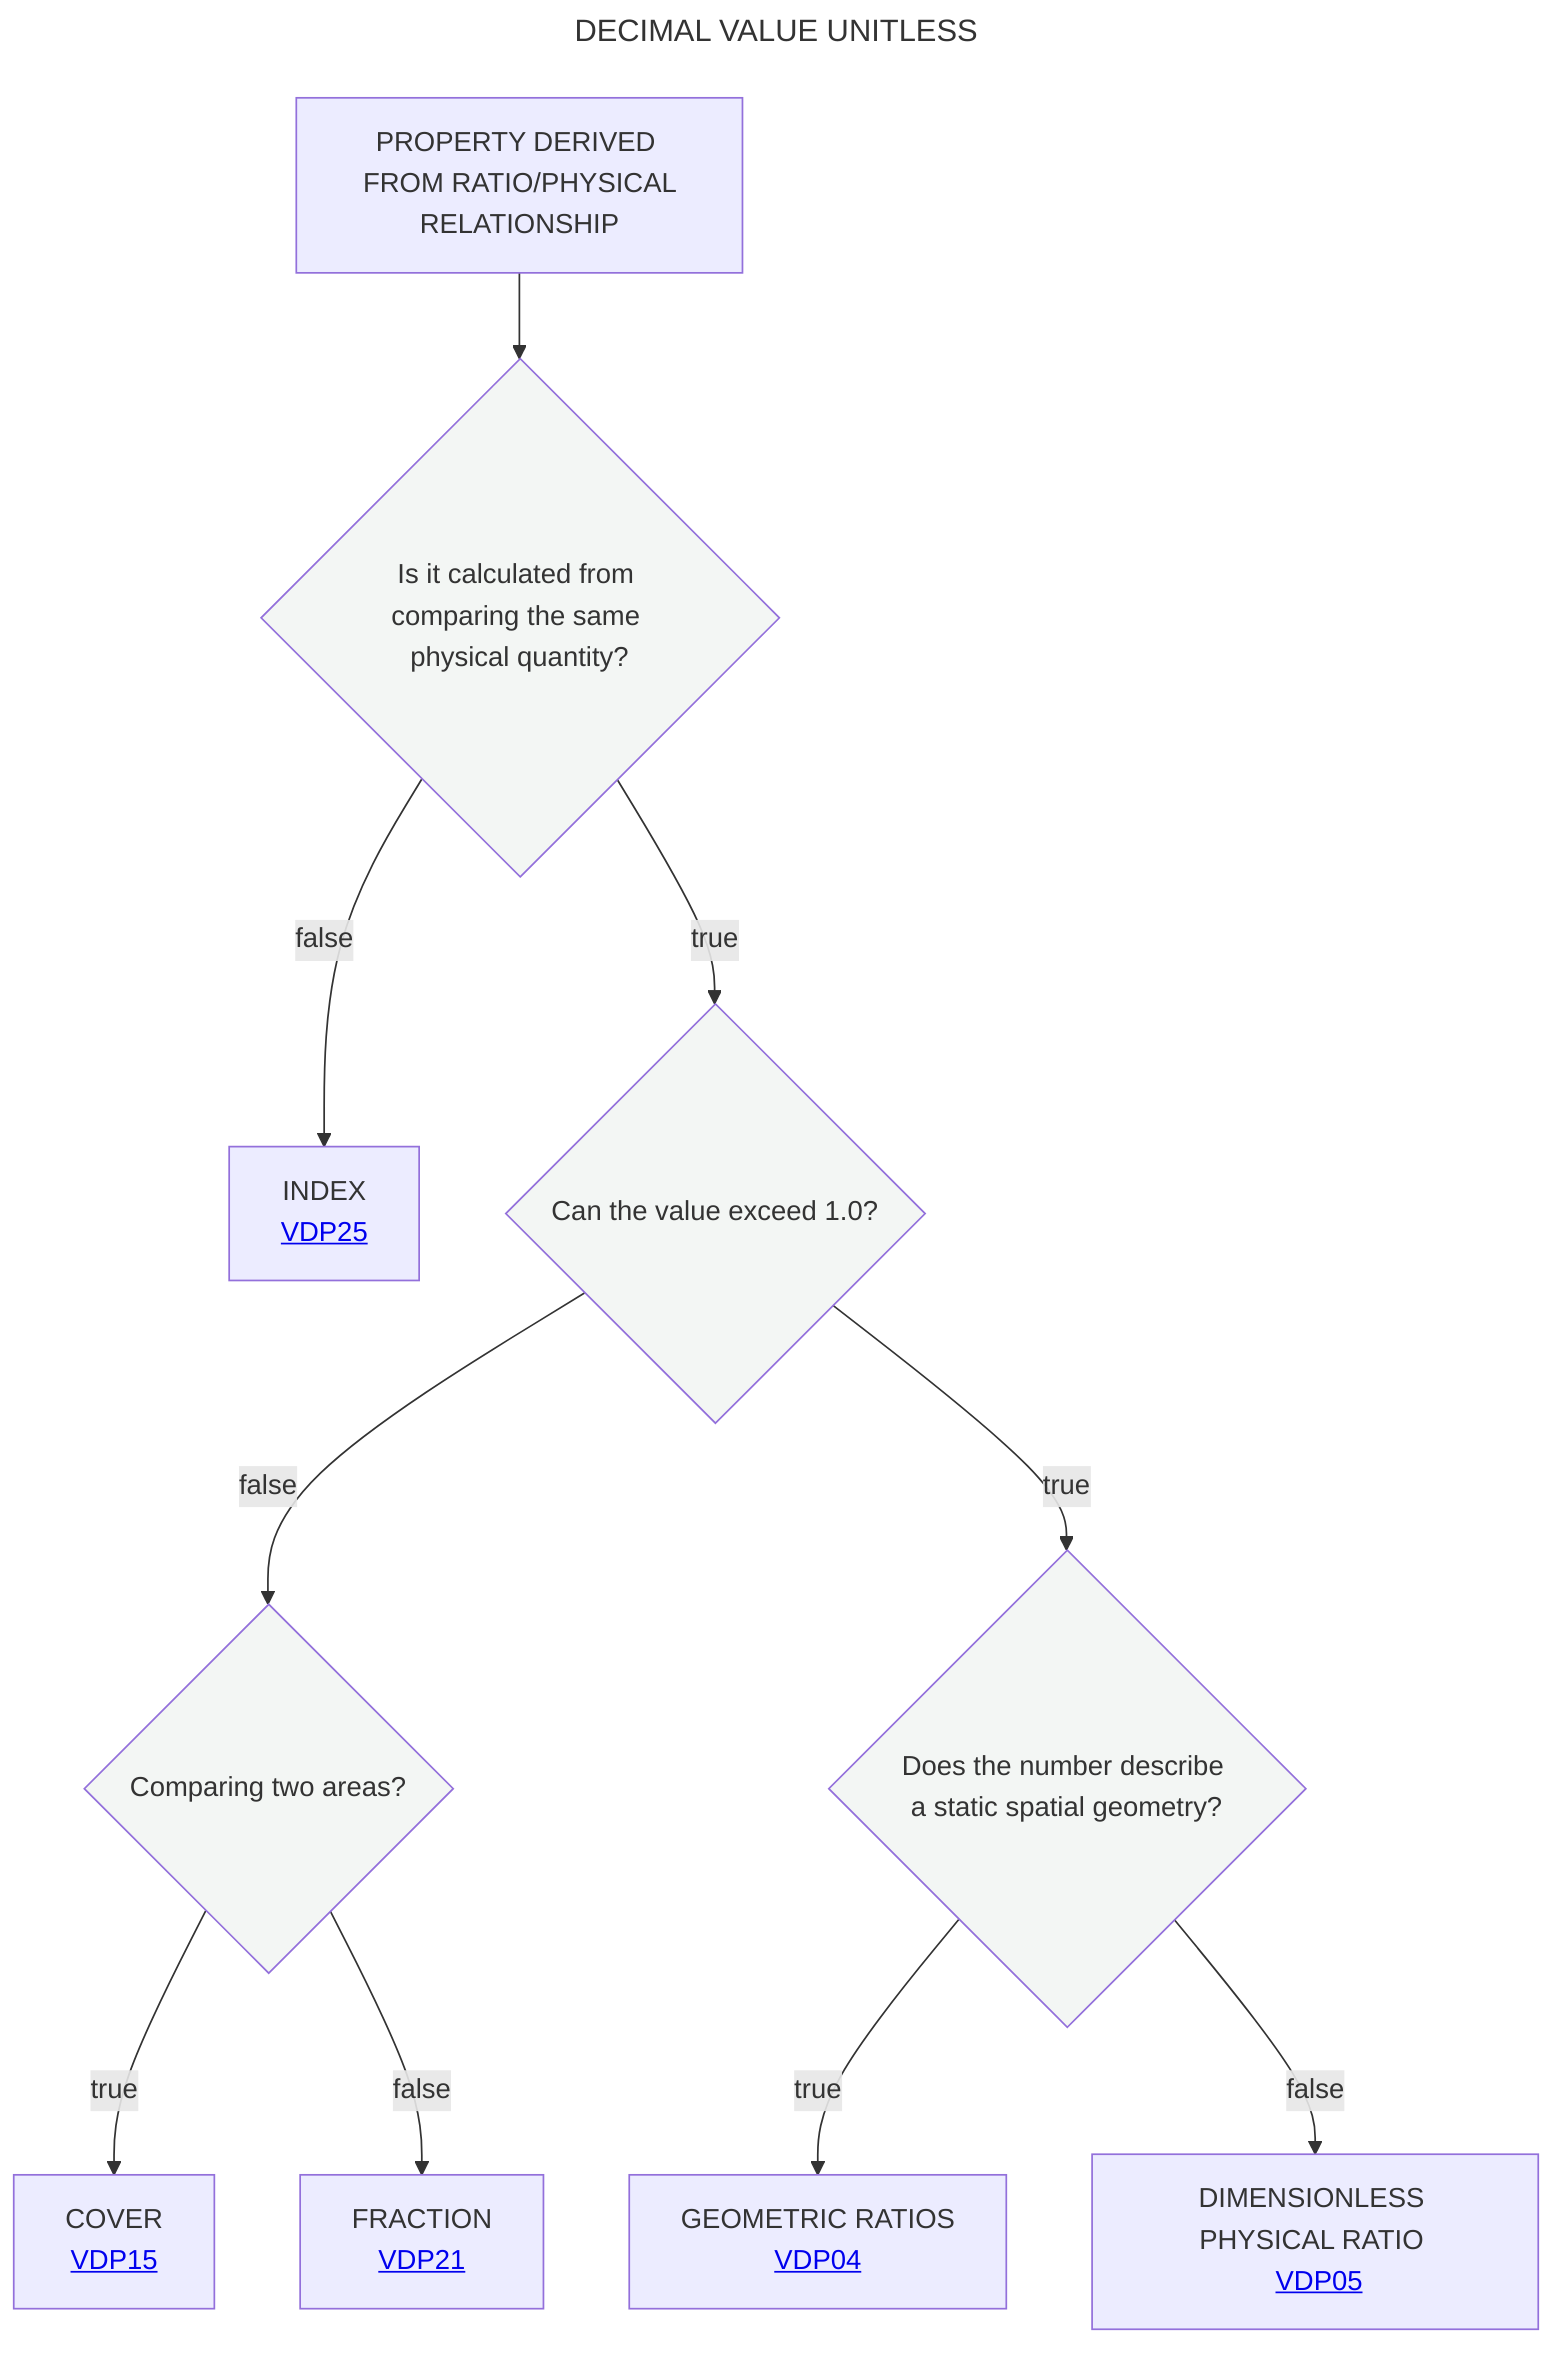
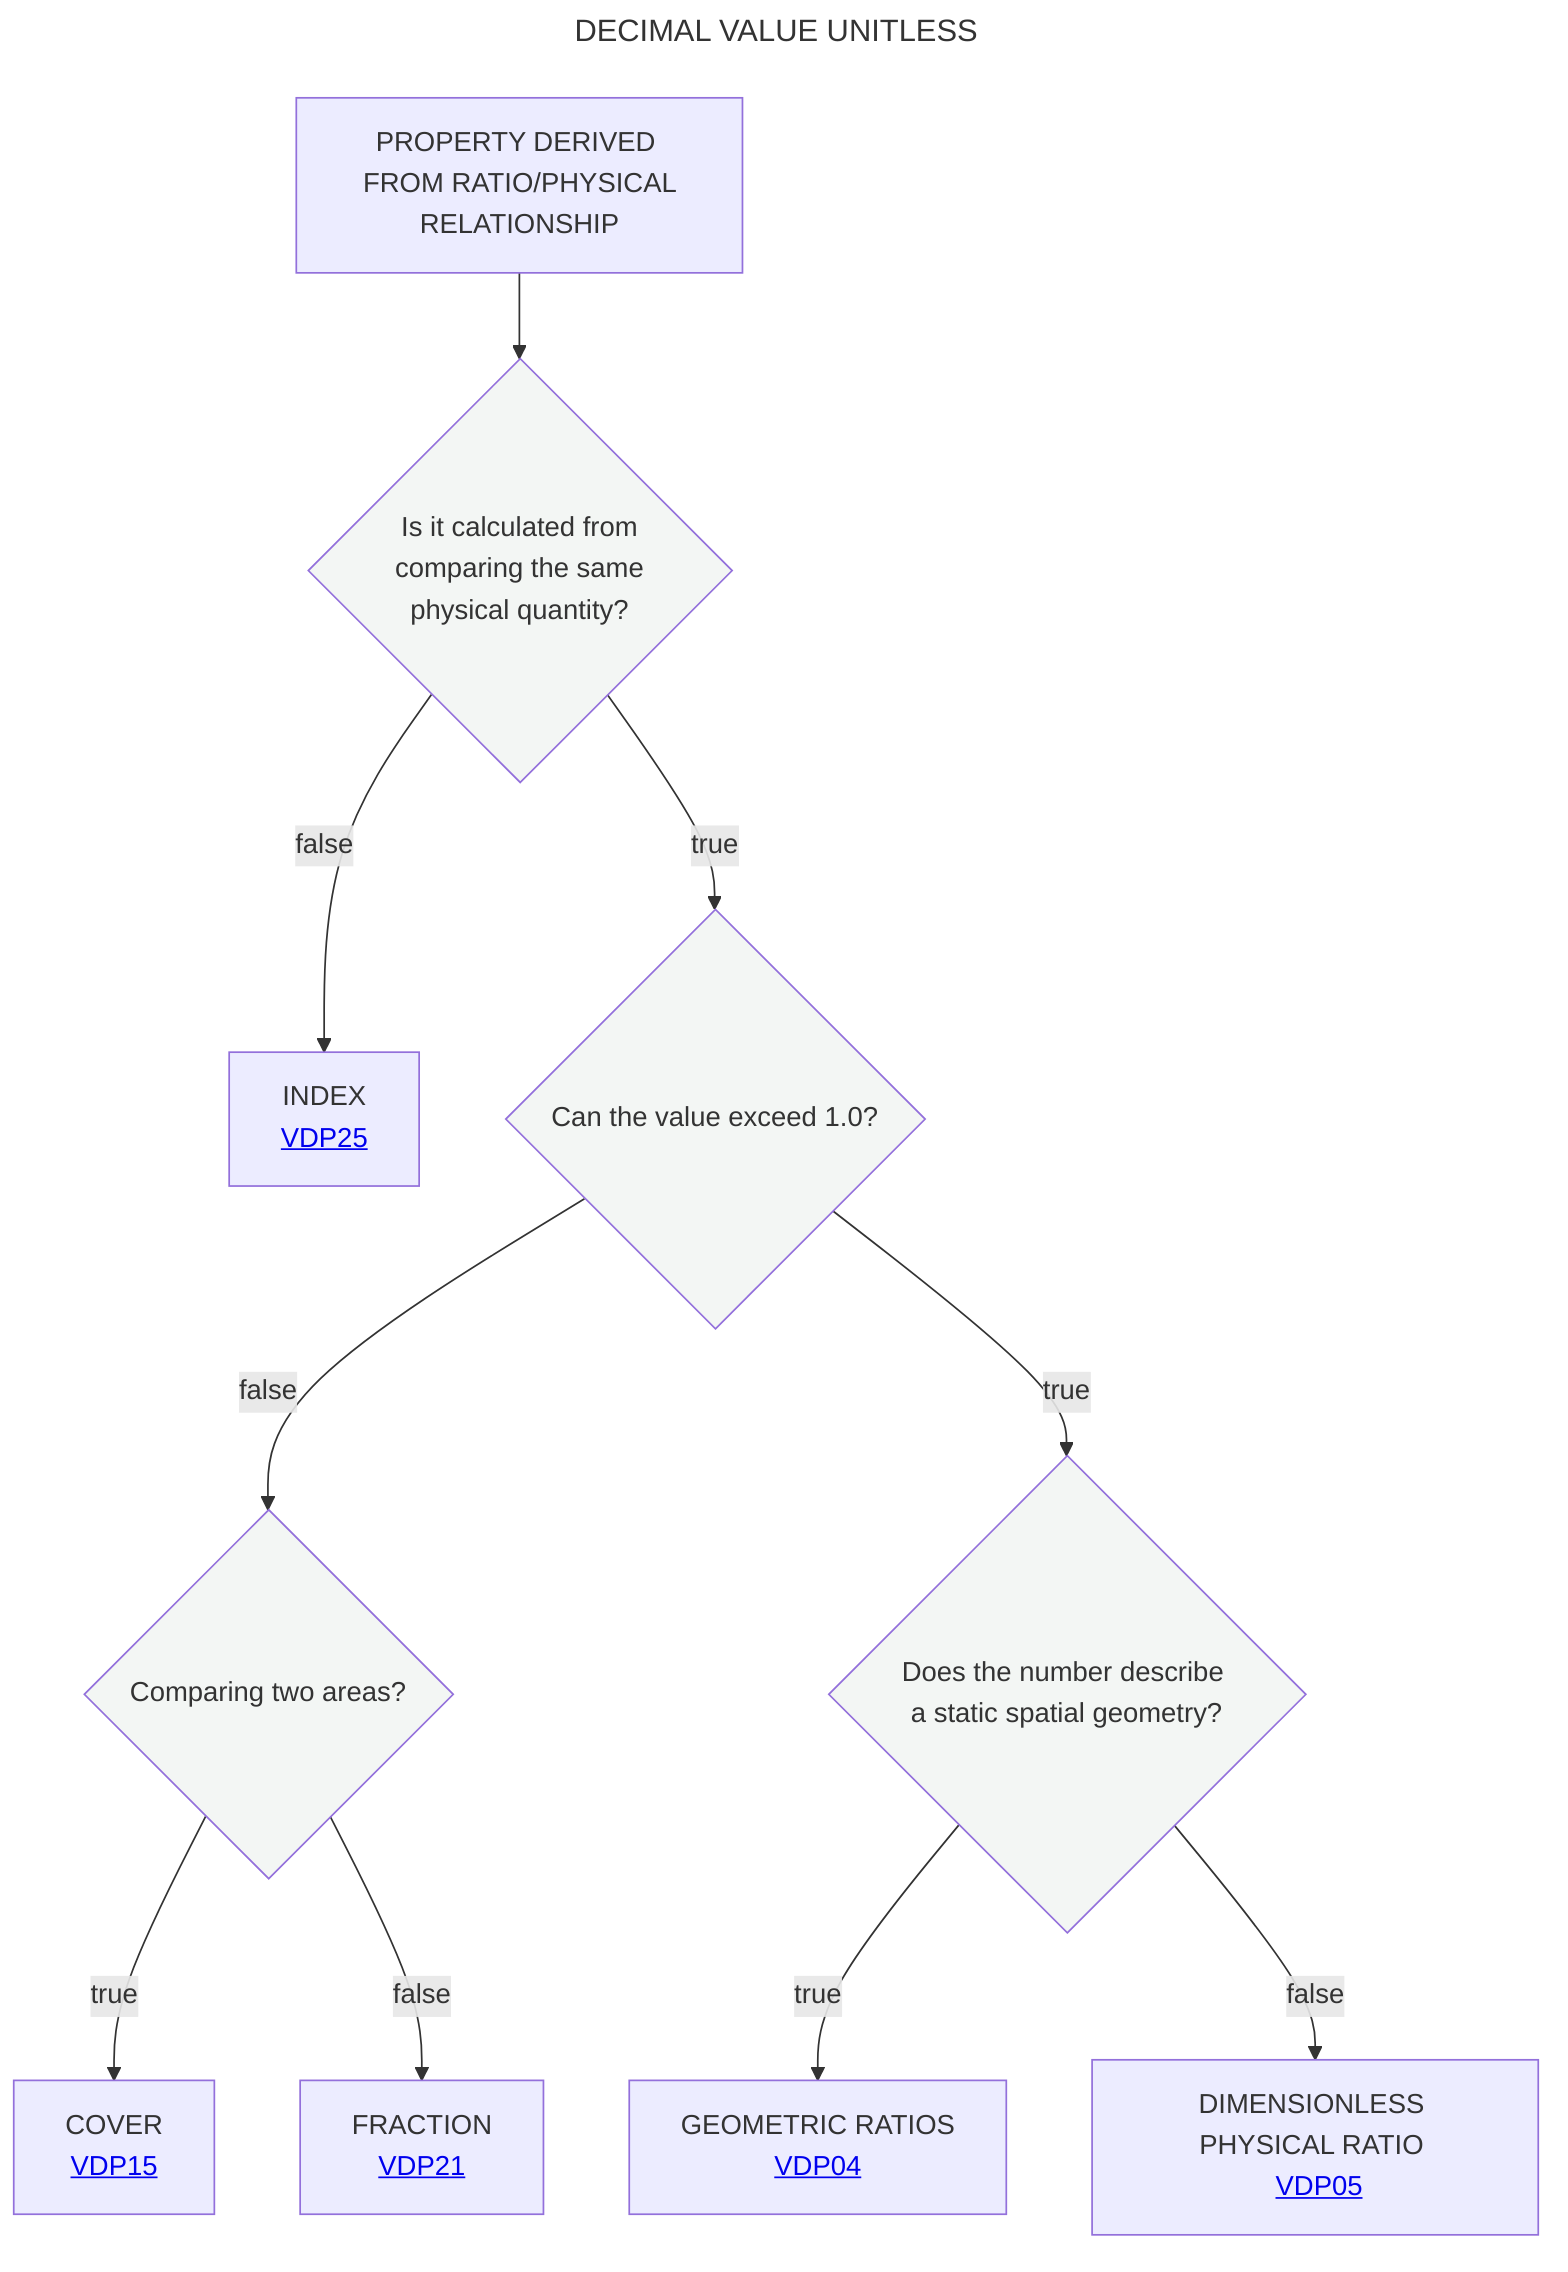
---
title: DECIMAL VALUE UNITLESS
---
flowchart TD
-     A[PROPERTY DERIVED <br> FROM RATIO/PHYSICAL RELATIONSHIP] --> B{Is it calculated from comparing the same physical quantity?}:::white
+     A[PROPERTY DERIVED <br> FROM RATIO/PHYSICAL RELATIONSHIP] --> B{Is it calculated from  <br> comparing the same  <br> physical quantity?}:::white
    B --> |false|C[INDEX <br> <a href='https://github.com/mabablue/I-ADOPT-patterns-playground/blob/main/pattern/VDP25.yaml'>VDP25</a>]
    B --> |true|D{Can the value exceed 1.0?}:::white
    D --> |false|E{Comparing two areas?}:::white
    D --> |true|L{Does the number describe a static spatial geometry?}:::white
    E --> |true|G[COVER <br> <a href='https://github.com/mabablue/I-ADOPT-patterns-playground/blob/main/pattern/VDP15.yaml'>VDP15</a>]
    E --> |false|H[FRACTION <br> <a href='https://github.com/mabablue/I-ADOPT-patterns-playground/blob/main/pattern/VDP21.yaml'>VDP21</a>]
    L --> |true|M[GEOMETRIC RATIOS <br> <a href='https://github.com/mabablue/I-ADOPT-patterns-playground/blob/main/pattern/VDP04.yaml'>VDP04</a>]
    L --> |false|N[DIMENSIONLESS PHYSICAL RATIO <br> <a href='https://github.com/mabablue/I-ADOPT-patterns-playground/blob/main/pattern/VDP05.yaml'>VDP05</a>]
   classDef blue fill:#90D5FF
   classDef satblue fill:#57B9FF
   classDef white fill:#f3f6f4
   classDef green fill:#6aa84f
